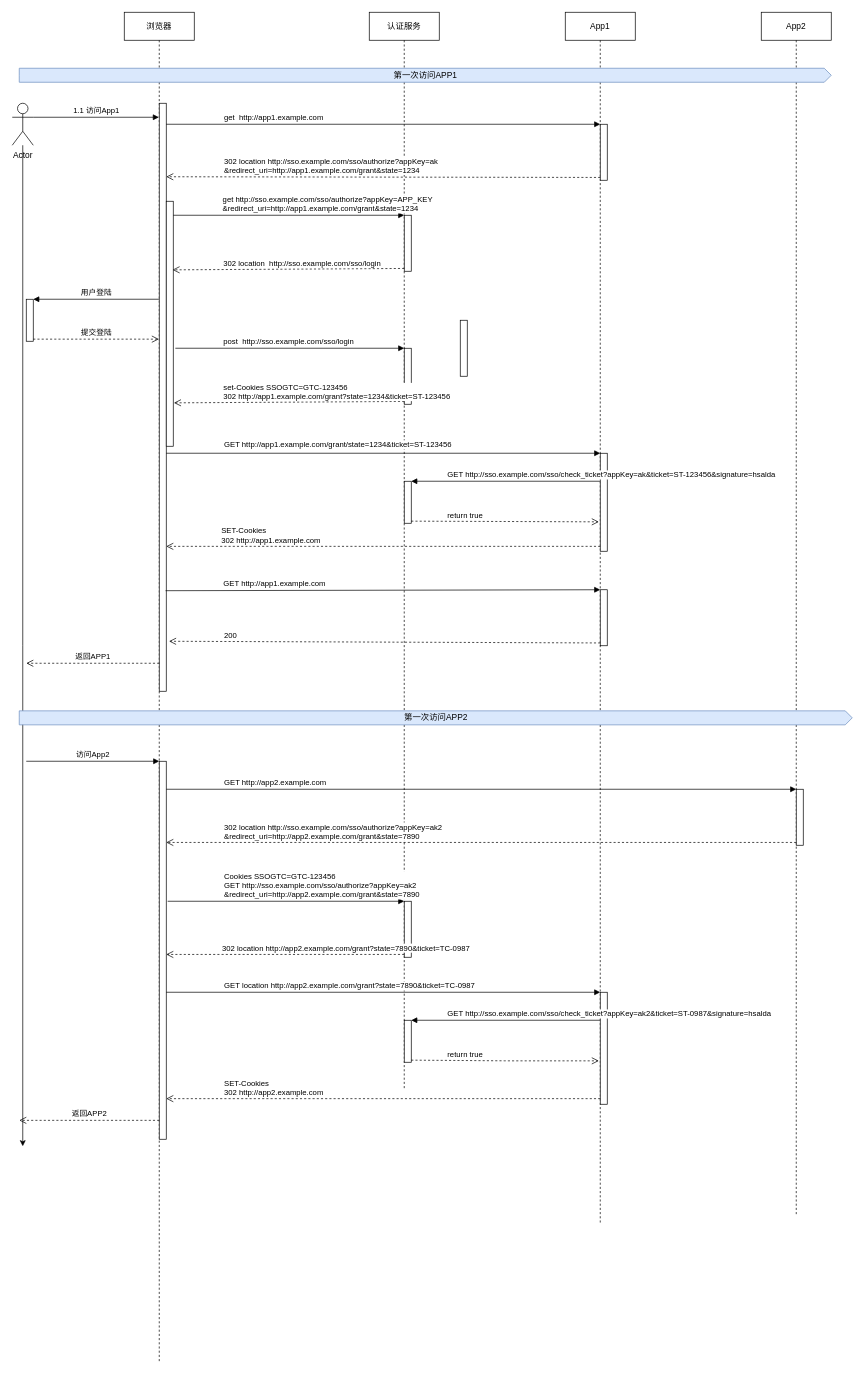
Before: 流程图.drawio in wylyf3030/draw, a draw.io diagram. Source tidied: cells renumbered, new cells numbered last; positions are measured from the earlier drawing's top-left corner, leaving out a move shared by most shapes. Both pictures are drawn from the tidied source at 70%, with x=0, y=0 at pixel (12, 12).
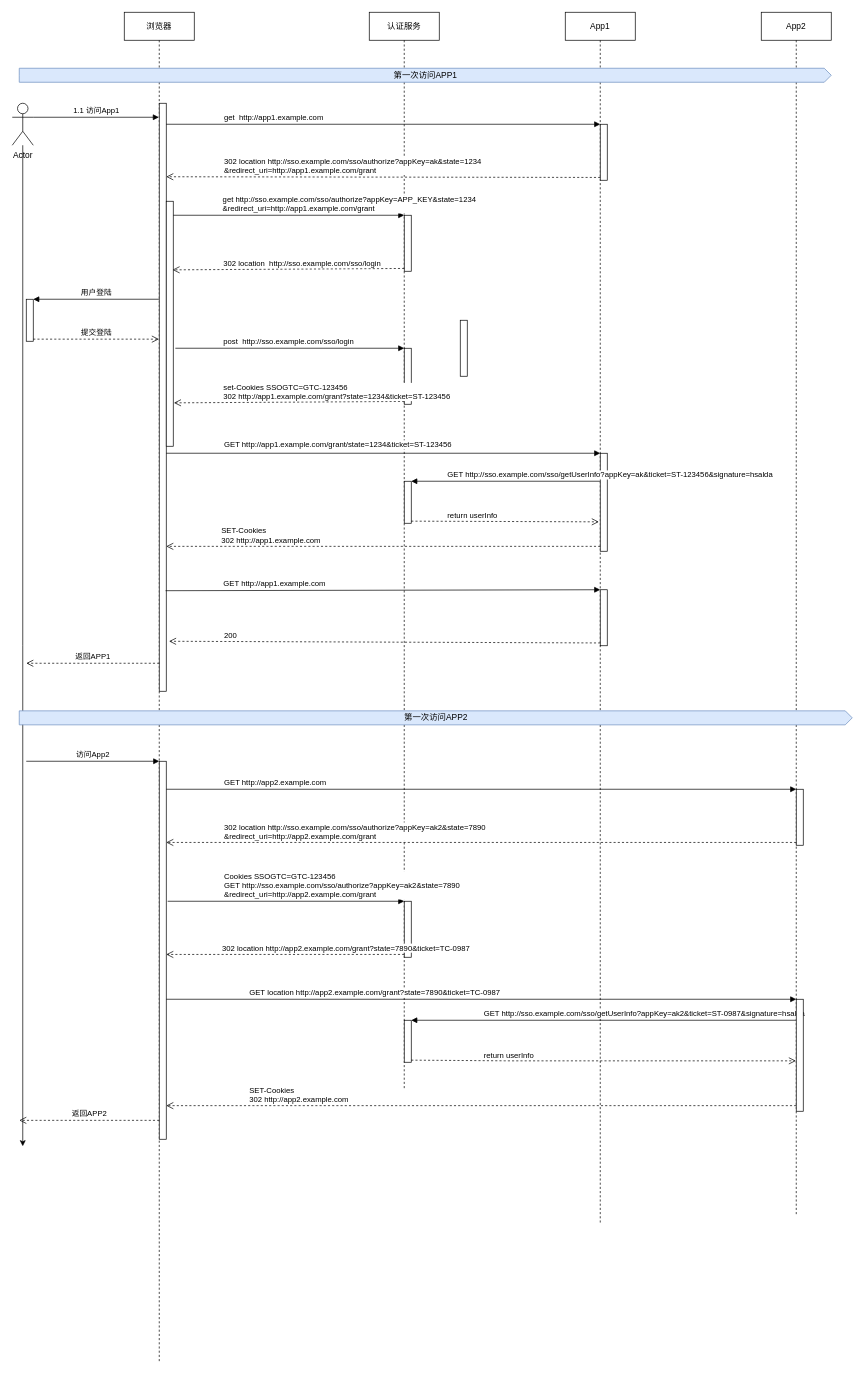
After the change.

The change refers to these unchanged cells:
```xml
<mxCell id="3" style="html=1;points=[];perimeter=orthogonalPerimeter;" parent="2" vertex="1">
  <mxGeometry x="50" y="130" width="10" height="840" as="geometry" />
</mxCell>
<mxCell id="10" style="html=1;points=[];perimeter=orthogonalPerimeter;" parent="8" vertex="1">
  <mxGeometry x="50" y="670" width="10" height="60" as="geometry" />
</mxCell>
<mxCell id="11" style="html=1;points=[];perimeter=orthogonalPerimeter;" parent="8" vertex="1">
  <mxGeometry x="50" y="1270" width="10" height="80" as="geometry" />
</mxCell>
<mxCell id="12" value="App1" style="shape=umlLifeline;perimeter=lifelinePerimeter;whiteSpace=wrap;html=1;outlineConnect=0;" parent="1" vertex="1">
  <mxGeometry x="790" width="100" height="1730" as="geometry" />
</mxCell>
<mxCell id="13" style="html=1;points=[];perimeter=orthogonalPerimeter;" parent="12" vertex="1">
  <mxGeometry x="50" y="630" width="10" height="140" as="geometry" />
</mxCell>
<mxCell id="16" value="App2" style="shape=umlLifeline;perimeter=lifelinePerimeter;whiteSpace=wrap;html=1;outlineConnect=0;" parent="1" vertex="1">
  <mxGeometry x="1070" width="100" height="1720" as="geometry" />
</mxCell>
<mxCell id="17" style="html=1;points=[];perimeter=orthogonalPerimeter;" parent="16" vertex="1">
  <mxGeometry x="50" y="1110" width="10" height="80" as="geometry" />
</mxCell>
<mxCell id="22" style="html=1;points=[];perimeter=orthogonalPerimeter;" parent="1" vertex="1">
  <mxGeometry x="840" y="160" width="10" height="80" as="geometry" />
</mxCell>
<mxCell id="25" style="html=1;points=[];perimeter=orthogonalPerimeter;" parent="1" vertex="1">
  <mxGeometry x="560" y="290" width="10" height="80" as="geometry" />
</mxCell>
<mxCell id="47" style="html=1;points=[];perimeter=orthogonalPerimeter;" parent="1" vertex="1">
  <mxGeometry x="560" y="1440" width="10" height="60" as="geometry" />
</mxCell>
```

What changed in the source:
```diff
@@
-    <mxCell id="15" style="html=1;points=[];perimeter=orthogonalPerimeter;" parent="12" vertex="1">
-      <mxGeometry x="50" y="1400" width="10" height="160" as="geometry" />
-    </mxCell>
@@
-    <mxCell id="24" value="302 location http://sso.example.com/sso/authorize?appKey=ak&lt;br&gt;&amp;amp;redirect_uri=http://app1.example.com/grant&amp;amp;state=1234" style="html=1;verticalAlign=bottom;endArrow=open;dashed=1;endSize=8;exitX=0;exitY=0.95;entryX=1;entryY=0.125;entryDx=0;entryDy=0;entryPerimeter=0;align=left;" parent="1" edge="1" source="22" target="3">
+    <mxCell id="24" value="302 location http://sso.example.com/sso/authorize?appKey=ak&amp;amp;state=1234&lt;br&gt;&amp;amp;redirect_uri=http://app1.example.com/grant" style="html=1;verticalAlign=bottom;endArrow=open;dashed=1;endSize=8;exitX=0;exitY=0.95;entryX=1;entryY=0.125;entryDx=0;entryDy=0;entryPerimeter=0;align=left;" parent="1" edge="1" source="22" target="3">
       <mxGeometry x="0.74" relative="1" as="geometry" />
     </mxCell>
@@
-    <mxCell id="26" value="get http://sso.example.com/sso/authorize?appKey=APP_KEY&lt;br&gt;&amp;amp;redirect_uri=http://app1.example.com/grant&amp;amp;state=1234" style="html=1;verticalAlign=bottom;endArrow=block;entryX=0;entryY=0;align=left;" parent="1" edge="1" target="25">
+    <mxCell id="26" value="get http://sso.example.com/sso/authorize?appKey=APP_KEY&amp;amp;state=1234&lt;br&gt;&amp;amp;redirect_uri=http://app1.example.com/grant" style="html=1;verticalAlign=bottom;endArrow=block;entryX=0;entryY=0;align=left;" parent="1" edge="1" target="25">
       <mxGeometry x="-0.58" relative="1" as="geometry">
         <mxPoint x="230" y="290" as="sourcePoint" />
       </mxGeometry>
     </mxCell>
@@
-    <mxCell id="35" value="GET http://sso.example.com/sso/check_ticket?appKey=ak&amp;amp;ticket=ST-123456&amp;amp;signature=hsalda" style="html=1;verticalAlign=bottom;endArrow=block;entryX=1;entryY=0;align=left;" parent="1" edge="1" source="12" target="10">
+    <mxCell id="35" value="GET http://sso.example.com/sso/getUserInfo?appKey=ak&amp;amp;ticket=ST-123456&amp;amp;signature=hsalda" style="html=1;verticalAlign=bottom;endArrow=block;entryX=1;entryY=0;align=left;" parent="1" edge="1" source="12" target="10">
       <mxGeometry x="0.63" relative="1" as="geometry" />
     </mxCell>
-    <mxCell id="36" value="return true" style="html=1;verticalAlign=bottom;endArrow=open;dashed=1;endSize=8;exitX=1;exitY=0.95;entryX=-0.2;entryY=0.7;entryDx=0;entryDy=0;entryPerimeter=0;align=left;" parent="1" edge="1" source="10" target="13">
+    <mxCell id="36" value="return userInfo" style="html=1;verticalAlign=bottom;endArrow=open;dashed=1;endSize=8;exitX=1;exitY=0.95;entryX=-0.2;entryY=0.7;entryDx=0;entryDy=0;entryPerimeter=0;align=left;" parent="1" edge="1" source="10" target="13">
       <mxGeometry x="-0.63" y="-1" relative="1" as="geometry" />
     </mxCell>
@@
-    <mxCell id="43" value="302 location http://sso.example.com/sso/&lt;span&gt;authorize?appKey=ak2&lt;/span&gt;&lt;br&gt;&lt;div&gt;&amp;amp;redirect_uri=http://app2.example.com/grant&amp;amp;state=7890&lt;/div&gt;" style="html=1;verticalAlign=bottom;endArrow=open;dashed=1;endSize=8;exitX=0;exitY=0.95;align=left;" parent="1" edge="1" source="17">
+    <mxCell id="43" value="302 location http://sso.example.com/sso/&lt;span&gt;authorize?appKey=ak2&lt;/span&gt;&amp;amp;state=7890&lt;br&gt;&lt;div&gt;&amp;amp;redirect_uri=http://app2.example.com/grant&lt;/div&gt;" style="html=1;verticalAlign=bottom;endArrow=open;dashed=1;endSize=8;exitX=0;exitY=0.95;align=left;" parent="1" edge="1" source="17">
       <mxGeometry x="0.82" relative="1" as="geometry">
         <mxPoint x="220" y="1186" as="targetPoint" />
       </mxGeometry>
     </mxCell>
-    <mxCell id="44" value="Cookies SSOGTC=GTC-123456&lt;br&gt;GET&amp;nbsp;&lt;span&gt;http://sso.example.com/sso/&lt;/span&gt;&lt;span&gt;authorize?appKey=ak2&lt;/span&gt;&lt;br&gt;&lt;div&gt;&amp;amp;redirect_uri=http://app2.example.com/grant&amp;amp;state=7890&lt;/div&gt;" style="html=1;verticalAlign=bottom;endArrow=block;entryX=0;entryY=0;align=left;" parent="1" edge="1" target="11">
+    <mxCell id="44" value="Cookies SSOGTC=GTC-123456&lt;br&gt;GET&amp;nbsp;&lt;span&gt;http://sso.example.com/sso/&lt;/span&gt;&lt;span&gt;authorize?appKey=ak2&lt;/span&gt;&amp;amp;state=7890&lt;br&gt;&lt;div&gt;&amp;amp;redirect_uri=http://app2.example.com/grant&lt;/div&gt;" style="html=1;verticalAlign=bottom;endArrow=block;entryX=0;entryY=0;align=left;" parent="1" edge="1" target="11">
       <mxGeometry x="-0.53" relative="1" as="geometry">
         <mxPoint x="222" y="1270" as="sourcePoint" />
       </mxGeometry>
     </mxCell>
@@
-    <mxCell id="48" value="GET http://sso.example.com/sso/check_ticket?appKey=ak2&amp;amp;ticket=ST-0987&amp;amp;signature=hsalda" style="html=1;verticalAlign=bottom;endArrow=block;entryX=1;entryY=0;align=left;" parent="1" edge="1" target="47">
-      <mxGeometry x="0.63" relative="1" as="geometry">
-        <mxPoint x="839.5" y="1440" as="sourcePoint" />
-      </mxGeometry>
+    <mxCell id="48" value="GET http://sso.example.com/sso/getUserInfo?appKey=ak2&amp;amp;ticket=ST-0987&amp;amp;signature=hsalda" style="html=1;verticalAlign=bottom;endArrow=block;entryX=1;entryY=0;align=left;" parent="1" edge="1" source="16" target="47">
+      <mxGeometry x="0.63" relative="1" as="geometry" />
     </mxCell>
-    <mxCell id="49" value="return true" style="html=1;verticalAlign=bottom;endArrow=open;dashed=1;endSize=8;exitX=1;exitY=0.95;entryX=-0.2;entryY=0.7;entryDx=0;entryDy=0;entryPerimeter=0;align=left;" parent="1" edge="1" source="47">
+    <mxCell id="49" value="return userInfo" style="html=1;verticalAlign=bottom;endArrow=open;dashed=1;endSize=8;exitX=1;exitY=0.95;align=left;" parent="1" edge="1" source="47" target="16">
       <mxGeometry x="-0.63" y="-1" relative="1" as="geometry">
-        <mxPoint x="838" y="1498" as="targetPoint" />
         <Array as="points">
           <mxPoint x="710" y="1498" />
         </Array>
       </mxGeometry>
     </mxCell>
@@
+    <mxCell id="15" style="html=1;points=[];perimeter=orthogonalPerimeter;" parent="1" vertex="1">
+      <mxGeometry x="1120" y="1410" width="10" height="160" as="geometry" />
+    </mxCell>
```
